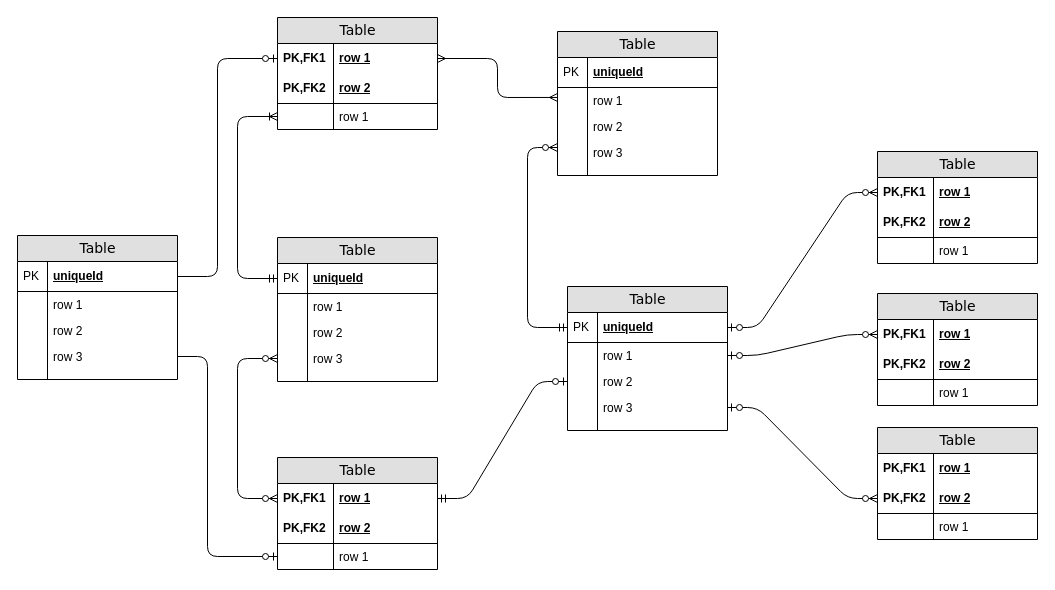
Above: Diagrama sem nome.drawio in endobrasil/testGitHub (draw.io), before the change. Source tidied: cells renumbered, new cells numbered last; positions are measured from the earlier drawing's top-left corner, leaving out a move shared by most shapes. Both pictures are drawn from the tidied source at 100%, with x=0, y=0 at pixel (17, 17).
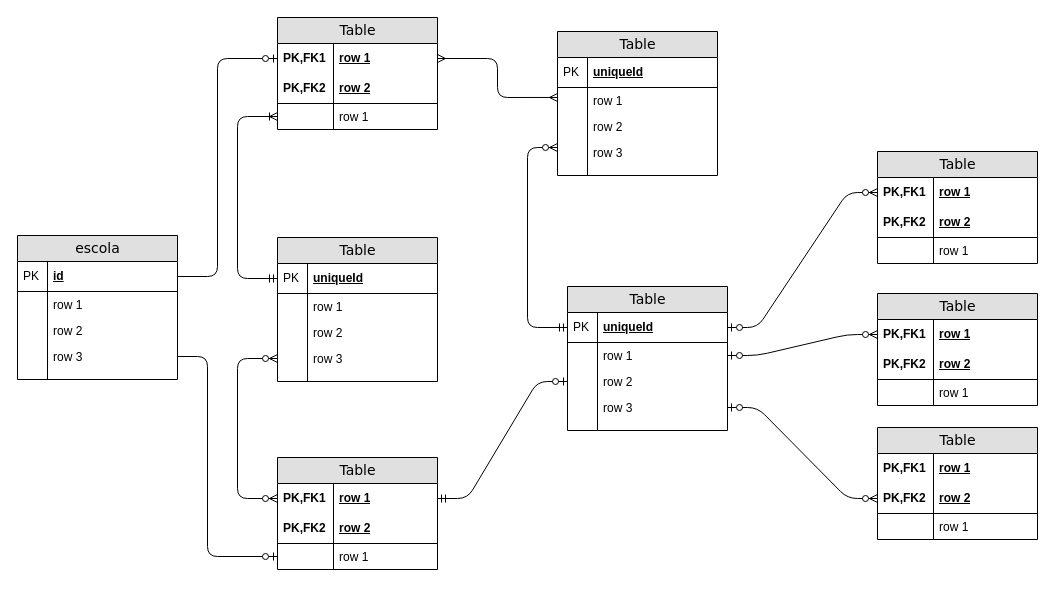
The same page after the edit.

Commit message:
testando Actualizar Diagrama sem nome.drawio

What changed in the source:
```diff
@@
-    <mxCell id="78" value="Table" style="swimlane;html=1;fontStyle=0;horizontal=1;startSize=26;fillColor=#e0e0e0;swimlaneFillColor=#ffffff;align=center;rounded=0;shadow=0;comic=0;labelBackgroundColor=none;strokeWidth=1;fontFamily=Verdana;fontSize=14;" parent="1" vertex="1">
+    <mxCell id="78" value="escola" style="swimlane;html=1;fontStyle=0;horizontal=1;startSize=26;fillColor=#e0e0e0;swimlaneFillColor=#ffffff;align=center;rounded=0;shadow=0;comic=0;labelBackgroundColor=none;strokeWidth=1;fontFamily=Verdana;fontSize=14;" parent="1" vertex="1">
       <mxGeometry y="218" width="160" height="144" as="geometry" />
     </mxCell>
-    <mxCell id="79" value="uniqueId" style="shape=partialRectangle;top=0;left=0;right=0;bottom=1;html=1;align=left;verticalAlign=middle;fillColor=none;spacingLeft=34;spacingRight=4;whiteSpace=wrap;overflow=hidden;points=[[0,0.5],[1,0.5]];portConstraint=eastwest;fontStyle=5;" parent="78" vertex="1">
+    <mxCell id="79" value="id" style="shape=partialRectangle;top=0;left=0;right=0;bottom=1;html=1;align=left;verticalAlign=middle;fillColor=none;spacingLeft=34;spacingRight=4;whiteSpace=wrap;overflow=hidden;points=[[0,0.5],[1,0.5]];portConstraint=eastwest;fontStyle=5;" parent="78" vertex="1">
       <mxGeometry y="26" width="160" height="30" as="geometry" />
     </mxCell>
```
